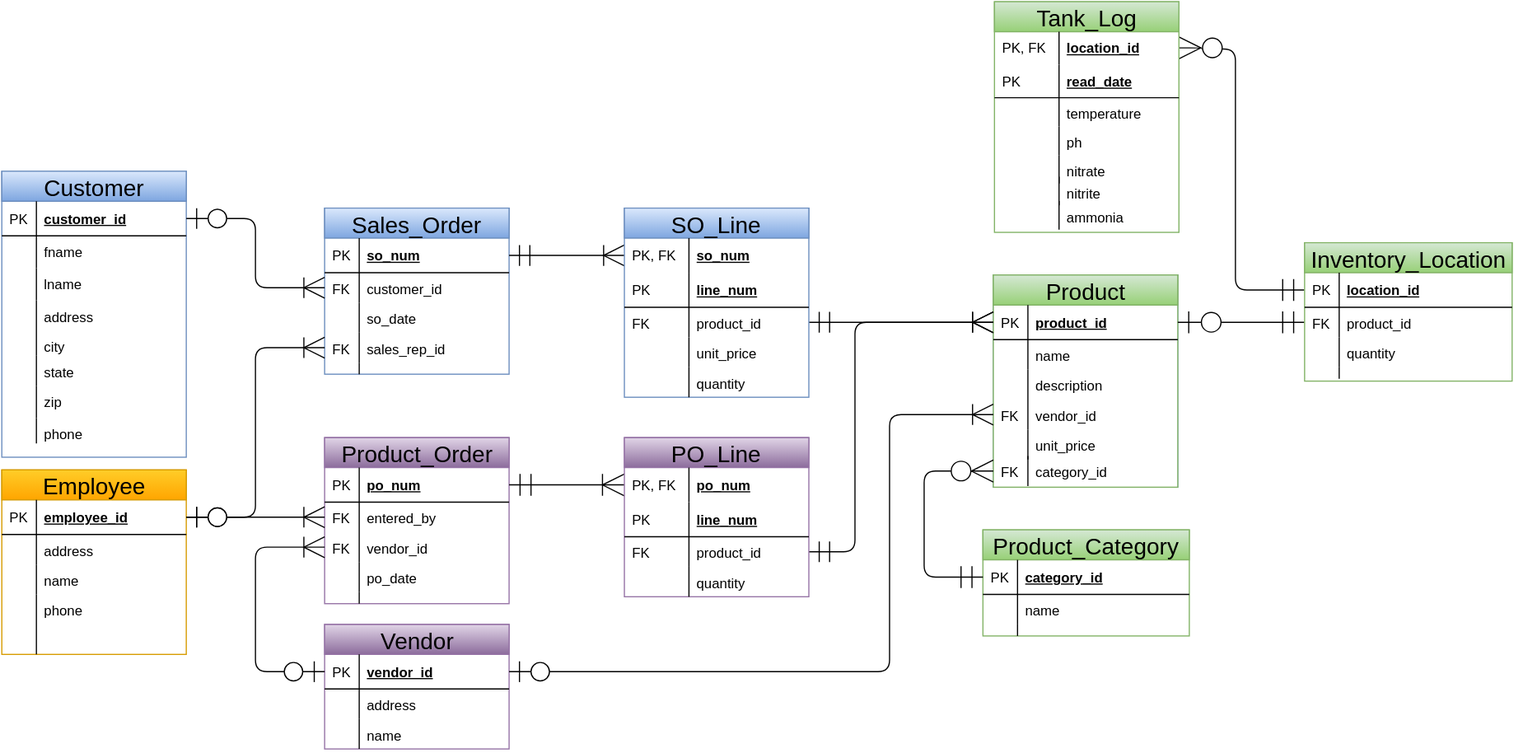
Earlier version of the draw.io export AquariumStoreERD.svg (BITsoft-CSUMB/CST363_Final_Project). Source tidied: cells renumbered, new cells last; positions are measured from the earlier drawing's top-left corner, leaving out a move shared by most shapes.
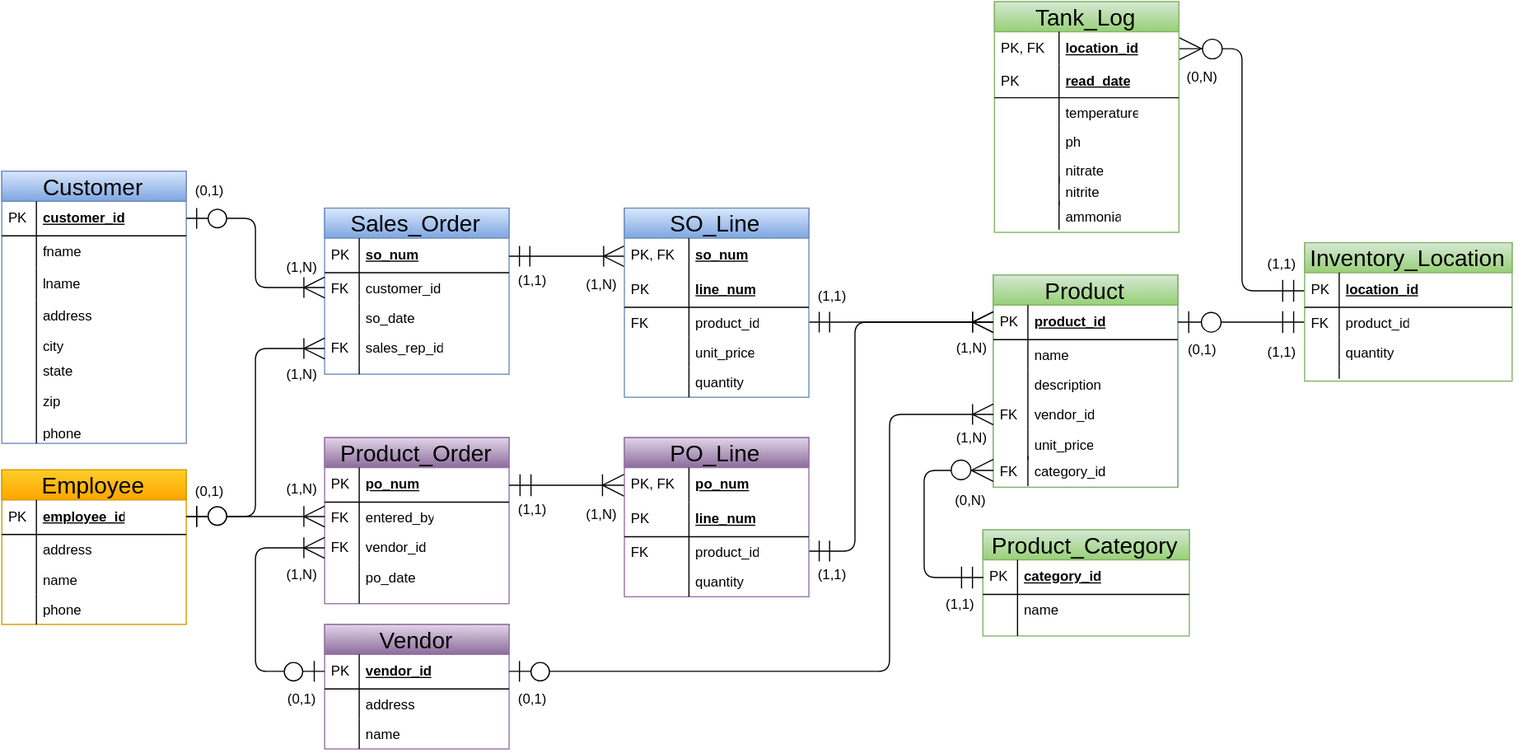
Later version of the same file.

Diff of the diagram source:
```diff
@@ -24,7 +24,7 @@
       <mxGeometry width="30" height="10" as="geometry" />
     </mxCell>
     <mxCell id="9" value="Customer" style="swimlane;html=1;fontStyle=0;horizontal=1;startSize=26;swimlaneFillColor=#ffffff;align=center;fontSize=20;plain-blue;" parent="1" vertex="1">
-      <mxGeometry y="147" width="160" height="248" as="geometry" />
+      <mxGeometry y="147" width="160" height="236" as="geometry" />
     </mxCell>
     <mxCell id="10" value="customer_id" style="shape=partialRectangle;top=0;left=0;right=0;bottom=1;html=1;align=left;verticalAlign=middle;fillColor=none;spacingLeft=34;spacingRight=4;whiteSpace=wrap;overflow=hidden;points=[[0,0.5],[1,0.5]];portConstraint=eastwest;fontStyle=5;" parent="9" vertex="1">
       <mxGeometry y="26" width="160" height="30" as="geometry" />
@@ -108,7 +108,7 @@
       <mxGeometry width="30" height="10" as="geometry" />
     </mxCell>
     <mxCell id="37" value="Employee" style="swimlane;html=1;fontStyle=0;horizontal=1;startSize=26;swimlaneFillColor=#ffffff;align=center;fontSize=20;plain-orange;" parent="1" vertex="1">
-      <mxGeometry y="406" width="160" height="160" as="geometry" />
+      <mxGeometry y="406" width="160" height="134" as="geometry" />
     </mxCell>
     <mxCell id="38" value="employee_id" style="shape=partialRectangle;top=0;left=0;right=0;bottom=1;html=1;align=left;verticalAlign=middle;fillColor=none;spacingLeft=34;spacingRight=4;whiteSpace=wrap;overflow=hidden;points=[[0,0.5],[1,0.5]];portConstraint=eastwest;fontStyle=5;" parent="37" vertex="1">
       <mxGeometry y="26" width="160" height="30" as="geometry" />
@@ -134,12 +134,6 @@
     <mxCell id="45" style="shape=partialRectangle;top=0;left=0;bottom=0;html=1;fillColor=none;align=left;verticalAlign=top;spacingLeft=4;spacingRight=4;whiteSpace=wrap;overflow=hidden;" parent="44" vertex="1">
       <mxGeometry width="30" height="26" as="geometry" />
     </mxCell>
-    <mxCell id="46" style="shape=partialRectangle;top=0;left=0;right=0;bottom=0;html=1;align=left;verticalAlign=top;fillColor=none;spacingLeft=34;spacingRight=4;whiteSpace=wrap;overflow=hidden;" parent="37" vertex="1">
-      <mxGeometry y="134" width="160" height="26" as="geometry" />
-    </mxCell>
-    <mxCell id="47" style="shape=partialRectangle;top=0;left=0;bottom=0;html=1;fillColor=none;align=left;verticalAlign=top;spacingLeft=4;spacingRight=4;whiteSpace=wrap;overflow=hidden;" parent="46" vertex="1">
-      <mxGeometry width="30" height="26" as="geometry" />
-    </mxCell>
     <mxCell id="48" value="Vendor" style="swimlane;html=1;fontStyle=0;horizontal=1;startSize=26;swimlaneFillColor=#ffffff;align=center;fontSize=20;plain-purple;" parent="1" vertex="1">
       <mxGeometry x="280" y="540" width="160" height="108" as="geometry" />
     </mxCell>
@@ -248,14 +242,7 @@
       <mxGeometry relative="1" as="geometry" />
     </mxCell>
     <mxCell id="82" style="edgeStyle=orthogonalEdgeStyle;rounded=1;html=1;exitX=0;exitY=0.5;entryX=1;entryY=0.5;startArrow=ERmandOne;startFill=0;startSize=17;endArrow=ERzeroToMany;endFill=1;endSize=17;jettySize=auto;fontSize=20;" parent="1" edge="1" source="86" target="125">
-      <mxGeometry relative="1" as="geometry">
-        <Array as="points">
-          <mxPoint x="1070" y="250" />
-          <mxPoint x="1070" y="41" />
-          <mxPoint x="1040" y="41" />
-          <mxPoint x="1040" y="40" />
-        </Array>
-      </mxGeometry>
+      <mxGeometry relative="1" as="geometry" />
     </mxCell>
     <mxCell id="83" style="edgeStyle=orthogonalEdgeStyle;rounded=0;html=1;exitX=0.75;exitY=0;entryX=0.75;entryY=0;startArrow=classic;startFill=1;startSize=17;endArrow=classic;endFill=1;endSize=17;jettySize=auto;orthogonalLoop=1;fontSize=20;" parent="1" edge="1" source="55" target="55">
       <mxGeometry relative="1" as="geometry" />
@@ -441,5 +428,71 @@
     <mxCell id="138" style="shape=partialRectangle;top=0;left=0;bottom=0;html=1;fillColor=none;align=left;verticalAlign=top;spacingLeft=4;spacingRight=4;whiteSpace=wrap;overflow=hidden;" parent="137" vertex="1">
       <mxGeometry width="56" height="24.8" as="geometry" />
     </mxCell>
+    <mxCell id="139" value="(0,1)" style="text;html=1;strokeColor=none;fillColor=none;align=center;verticalAlign=middle;whiteSpace=wrap;overflow=hidden;" parent="1" vertex="1">
+      <mxGeometry x="160" y="153" width="40" height="20" as="geometry" />
+    </mxCell>
+    <mxCell id="140" value="(0,1)" style="text;html=1;strokeColor=none;fillColor=none;align=center;verticalAlign=middle;whiteSpace=wrap;overflow=hidden;" parent="1" vertex="1">
+      <mxGeometry x="160" y="414" width="40" height="20" as="geometry" />
+    </mxCell>
+    <mxCell id="141" value="(0,1)" style="text;html=1;strokeColor=none;fillColor=none;align=center;verticalAlign=middle;whiteSpace=wrap;overflow=hidden;" parent="1" vertex="1">
+      <mxGeometry x="240" y="594" width="40" height="20" as="geometry" />
+    </mxCell>
+    <mxCell id="142" value="(0,1)" style="text;html=1;strokeColor=none;fillColor=none;align=center;verticalAlign=middle;whiteSpace=wrap;overflow=hidden;" parent="1" vertex="1">
+      <mxGeometry x="440" y="594" width="40" height="20" as="geometry" />
+    </mxCell>
+    <mxCell id="143" value="(0,1)" style="text;html=1;strokeColor=none;fillColor=none;align=center;verticalAlign=middle;whiteSpace=wrap;overflow=hidden;" parent="1" vertex="1">
+      <mxGeometry x="1021" y="291" width="40" height="20" as="geometry" />
+    </mxCell>
+    <mxCell id="144" value="(1,N)" style="text;html=1;strokeColor=none;fillColor=none;align=center;verticalAlign=middle;whiteSpace=wrap;overflow=hidden;" parent="1" vertex="1">
+      <mxGeometry x="240" y="220" width="40" height="20" as="geometry" />
+    </mxCell>
+    <mxCell id="145" value="(1,N)" style="text;html=1;strokeColor=none;fillColor=none;align=center;verticalAlign=middle;whiteSpace=wrap;overflow=hidden;" parent="1" vertex="1">
+      <mxGeometry x="240" y="313" width="40" height="20" as="geometry" />
+    </mxCell>
+    <mxCell id="146" value="(1,N)" style="text;html=1;strokeColor=none;fillColor=none;align=center;verticalAlign=middle;whiteSpace=wrap;overflow=hidden;" parent="1" vertex="1">
+      <mxGeometry x="240" y="412" width="40" height="20" as="geometry" />
+    </mxCell>
+    <mxCell id="147" value="(1,N)" style="text;html=1;strokeColor=none;fillColor=none;align=center;verticalAlign=middle;whiteSpace=wrap;overflow=hidden;" parent="1" vertex="1">
+      <mxGeometry x="240" y="486" width="40" height="20" as="geometry" />
+    </mxCell>
+    <mxCell id="148" value="(1,N)" style="text;html=1;strokeColor=none;fillColor=none;align=center;verticalAlign=middle;whiteSpace=wrap;overflow=hidden;" parent="1" vertex="1">
+      <mxGeometry x="500" y="434" width="40" height="20" as="geometry" />
+    </mxCell>
+    <mxCell id="149" value="(1,N)" style="text;html=1;strokeColor=none;fillColor=none;align=center;verticalAlign=middle;whiteSpace=wrap;overflow=hidden;" parent="1" vertex="1">
+      <mxGeometry x="500" y="235" width="40" height="20" as="geometry" />
+    </mxCell>
+    <mxCell id="150" value="(1,N)" style="text;html=1;strokeColor=none;fillColor=none;align=center;verticalAlign=middle;whiteSpace=wrap;overflow=hidden;" parent="1" vertex="1">
+      <mxGeometry x="821" y="368" width="40" height="20" as="geometry" />
+    </mxCell>
+    <mxCell id="151" value="(0,N)" style="text;html=1;strokeColor=none;fillColor=none;align=center;verticalAlign=middle;whiteSpace=wrap;overflow=hidden;" parent="1" vertex="1">
+      <mxGeometry x="820" y="422" width="40" height="20" as="geometry" />
+    </mxCell>
+    <mxCell id="152" value="(1,N)" style="text;html=1;strokeColor=none;fillColor=none;align=center;verticalAlign=middle;whiteSpace=wrap;overflow=hidden;" parent="1" vertex="1">
+      <mxGeometry x="821" y="290" width="40" height="20" as="geometry" />
+    </mxCell>
+    <mxCell id="153" value="(0,N)" style="text;html=1;strokeColor=none;fillColor=none;align=center;verticalAlign=middle;whiteSpace=wrap;overflow=hidden;" parent="1" vertex="1">
+      <mxGeometry x="1021" y="55" width="40" height="20" as="geometry" />
+    </mxCell>
+    <mxCell id="154" value="(1,1)" style="text;html=1;strokeColor=none;fillColor=none;align=center;verticalAlign=middle;whiteSpace=wrap;overflow=hidden;" parent="1" vertex="1">
+      <mxGeometry x="440" y="231" width="40" height="20" as="geometry" />
+    </mxCell>
+    <mxCell id="155" value="(1,1)" style="text;html=1;strokeColor=none;fillColor=none;align=center;verticalAlign=middle;whiteSpace=wrap;overflow=hidden;" parent="1" vertex="1">
+      <mxGeometry x="440" y="430" width="40" height="20" as="geometry" />
+    </mxCell>
+    <mxCell id="156" value="(1,1)" style="text;html=1;strokeColor=none;fillColor=none;align=center;verticalAlign=middle;whiteSpace=wrap;overflow=hidden;" parent="1" vertex="1">
+      <mxGeometry x="700" y="245" width="40" height="20" as="geometry" />
+    </mxCell>
+    <mxCell id="157" value="(1,1)" style="text;html=1;strokeColor=none;fillColor=none;align=center;verticalAlign=middle;whiteSpace=wrap;overflow=hidden;" parent="1" vertex="1">
+      <mxGeometry x="700" y="486" width="40" height="20" as="geometry" />
+    </mxCell>
+    <mxCell id="158" value="(1,1)" style="text;html=1;strokeColor=none;fillColor=none;align=center;verticalAlign=middle;whiteSpace=wrap;overflow=hidden;" parent="1" vertex="1">
+      <mxGeometry x="1090" y="217" width="40" height="20" as="geometry" />
+    </mxCell>
+    <mxCell id="159" value="(1,1)" style="text;html=1;strokeColor=none;fillColor=none;align=center;verticalAlign=middle;whiteSpace=wrap;overflow=hidden;" parent="1" vertex="1">
+      <mxGeometry x="1090" y="293" width="40" height="20" as="geometry" />
+    </mxCell>
+    <mxCell id="160" value="(1,1)" style="text;html=1;strokeColor=none;fillColor=none;align=center;verticalAlign=middle;whiteSpace=wrap;overflow=hidden;" parent="1" vertex="1">
+      <mxGeometry x="811" y="512" width="40" height="20" as="geometry" />
+    </mxCell>
   </root>
 </mxGraphModel>
```
